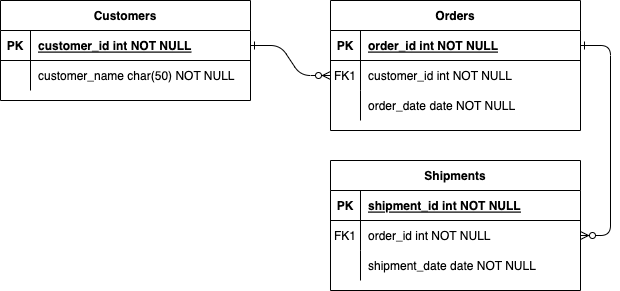
Before: aliexpress/test888.png, a diagram exported from draw.io (WAHAHA402/drawIoImages). Source tidied: cells renumbered, new cells last; positions are measured from the earlier drawing's top-left corner, leaving out a move shared by most shapes.
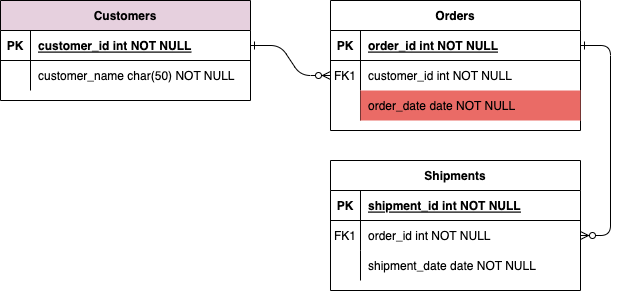
After the commit.

Diff of the diagram source:
```diff
@@ -35,7 +35,7 @@
     <mxCell id="12" style="shape=partialRectangle;overflow=hidden;fillColor=none;top=0;left=0;bottom=0;right=0;" parent="11" vertex="1">
       <mxGeometry width="30" height="30" as="geometry" />
     </mxCell>
-    <mxCell id="13" value="order_date date NOT NULL" style="shape=partialRectangle;overflow=hidden;fillColor=none;top=0;left=0;bottom=0;right=0;align=left;spacingLeft=6;" parent="11" vertex="1">
+    <mxCell id="13" value="order_date date NOT NULL" style="shape=partialRectangle;overflow=hidden;fillColor=#EA6B66;top=0;left=0;bottom=0;right=0;align=left;spacingLeft=6;" parent="11" vertex="1">
       <mxGeometry x="30" width="220" height="30" as="geometry" />
     </mxCell>
     <mxCell id="14" value="Shipments" style="shape=table;startSize=30;rowLines=0;fontStyle=1;align=center;" parent="1" vertex="1">
@@ -68,7 +68,7 @@
     <mxCell id="23" value="shipment_date date NOT NULL" style="shape=partialRectangle;overflow=hidden;fillColor=none;top=0;left=0;bottom=0;right=0;align=left;spacingLeft=6;" parent="21" vertex="1">
       <mxGeometry x="30" width="220" height="30" as="geometry" />
     </mxCell>
-    <mxCell id="24" value="Customers" style="shape=table;startSize=30;rowLines=0;fontStyle=1;align=center;" parent="1" vertex="1">
+    <mxCell id="24" value="Customers" style="shape=table;startSize=30;rowLines=0;fontStyle=1;align=center;fillColor=#E6D0DE;" parent="1" vertex="1">
       <mxGeometry width="250" height="100" as="geometry" />
     </mxCell>
     <mxCell id="25" style="shape=partialRectangle;fillColor=none;points=[[0,0.5],[1,0.5]];portConstraint=eastwest;top=0;left=0;right=0;bottom=1;" parent="24" vertex="1">
```
